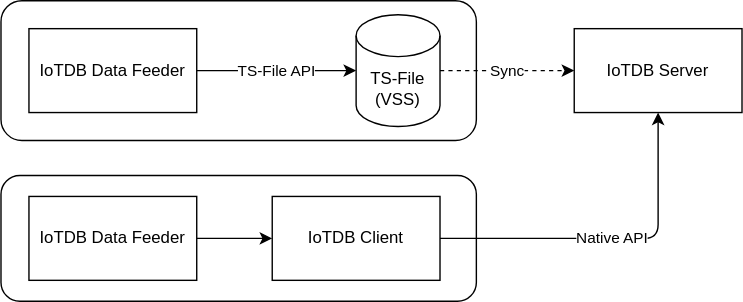
Before: in-vehicle-storage/apache-iotdb/doc/apache-iotdb-data-methods.drawio.svg, a diagram exported from draw.io (slawr/vss-otaku). Source tidied: cells renumbered, new cells last; positions are measured from the earlier drawing's top-left corner, leaving out a move shared by most shapes.
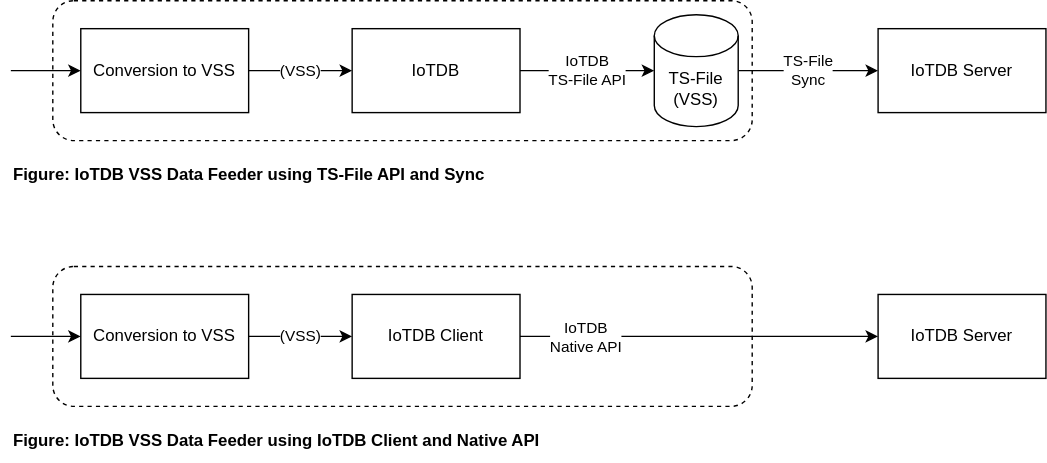
Above is the later version.

Commit message:
in-vehicle storage: General improvements to IoTDB README.md

Improved diagrams showing the difference between writing
with the Native API using one of the Langugage Clients
compared to using the TS-File API.

Change to the diagram source:
```diff
@@ -2,38 +2,71 @@
   <root>
     <mxCell id="0" />
     <mxCell id="1" parent="0" />
-    <mxCell id="2" style="rounded=1;whiteSpace=wrap;html=1;" parent="1" vertex="1">
-      <mxGeometry y="125" width="340" height="90" as="geometry" />
-    </mxCell>
-    <mxCell id="3" style="rounded=1;whiteSpace=wrap;html=1;" parent="1" vertex="1">
-      <mxGeometry width="340" height="100" as="geometry" />
-    </mxCell>
-    <mxCell id="4" value="TS-File API" style="edgeStyle=none;html=1;exitX=1;exitY=0.5;exitDx=0;exitDy=0;entryX=0;entryY=0.5;entryDx=0;entryDy=0;entryPerimeter=0;" parent="1" edge="1" source="5" target="7">
-      <mxGeometry relative="1" as="geometry" />
-    </mxCell>
-    <mxCell id="5" value="IoTDB Data Feeder" style="rounded=0;whiteSpace=wrap;html=1;" parent="1" vertex="1">
-      <mxGeometry x="20" y="20" width="120" height="60" as="geometry" />
-    </mxCell>
-    <mxCell id="6" value="Sync" style="edgeStyle=none;html=1;exitX=1;exitY=0.5;exitDx=0;exitDy=0;exitPerimeter=0;dashed=1;" parent="1" edge="1" source="7" target="8">
-      <mxGeometry relative="1" as="geometry" />
-    </mxCell>
+    <mxCell id="13" style="rounded=1;whiteSpace=wrap;html=1;dashed=1;" parent="1" vertex="1">
+      <mxGeometry x="10" y="-30" width="500" height="100" as="geometry" />
+    </mxCell>
+    <mxCell id="14" value="IoTDB&lt;br&gt;TS-File API" style="edgeStyle=none;html=1;exitX=1;exitY=0.5;exitDx=0;exitDy=0;entryX=0;entryY=0.5;entryDx=0;entryDy=0;entryPerimeter=0;" parent="1" edge="1" source="20" target="7">
+      <mxGeometry relative="1" as="geometry" />
+    </mxCell>
+    <mxCell id="15" value="(VSS)" style="edgeStyle=orthogonalEdgeStyle;html=1;" parent="1" edge="1" source="16" target="20">
+      <mxGeometry relative="1" as="geometry" />
+    </mxCell>
+    <mxCell id="16" value="Conversion to VSS" style="rounded=0;whiteSpace=wrap;html=1;" parent="1" vertex="1">
+      <mxGeometry x="30" y="-10" width="120" height="60" as="geometry" />
+    </mxCell>
+    <mxCell id="17" value="TS-File&lt;br&gt;Sync" style="edgeStyle=orthogonalEdgeStyle;html=1;exitX=1;exitY=0.5;exitDx=0;exitDy=0;exitPerimeter=0;" parent="1" edge="1" source="7" target="19">
+      <mxGeometry relative="1" as="geometry" />
+    </mxCell>
     <mxCell id="7" value="TS-File&lt;br&gt;(VSS)" style="shape=cylinder3;whiteSpace=wrap;html=1;boundedLbl=1;backgroundOutline=1;size=15;" parent="1" vertex="1">
-      <mxGeometry x="254" y="10" width="60" height="80" as="geometry" />
+      <mxGeometry x="440" y="-20" width="60" height="80" as="geometry" />
     </mxCell>
-    <mxCell id="8" value="IoTDB Server" style="rounded=0;whiteSpace=wrap;html=1;" parent="1" vertex="1">
-      <mxGeometry x="410" y="20" width="120" height="60" as="geometry" />
-    </mxCell>
-    <mxCell id="9" value="Native API" style="edgeStyle=orthogonalEdgeStyle;html=1;entryX=0.5;entryY=1;entryDx=0;entryDy=0;" parent="1" edge="1" source="10" target="8">
-      <mxGeometry relative="1" as="geometry" />
-    </mxCell>
+    <mxCell id="18" style="edgeStyle=orthogonalEdgeStyle;html=1;exitX=0;exitY=0.5;exitDx=0;exitDy=0;entryX=0;entryY=0.5;entryDx=0;entryDy=0;" parent="1" edge="1" source="30" target="30">
+      <mxGeometry relative="1" as="geometry" />
+    </mxCell>
+    <mxCell id="19" value="IoTDB Server" style="rounded=0;whiteSpace=wrap;html=1;" parent="1" vertex="1">
+      <mxGeometry x="600" y="-10" width="120" height="60" as="geometry" />
+    </mxCell>
+    <mxCell id="20" value="IoTDB" style="whiteSpace=wrap;html=1;rounded=0;" parent="1" vertex="1">
+      <mxGeometry x="224" y="-10" width="120" height="60" as="geometry" />
+    </mxCell>
+    <mxCell id="21" style="endArrow=classic;html=1;entryX=0;entryY=0.5;entryDx=0;entryDy=0;" parent="1" edge="1" target="16">
+      <mxGeometry relative="1" as="geometry">
+        <mxPoint x="-20" y="20" as="sourcePoint" />
+      </mxGeometry>
+    </mxCell>
+    <mxCell id="22" style="rounded=1;whiteSpace=wrap;html=1;dashed=1;" parent="1" vertex="1">
+      <mxGeometry x="10" y="160" width="500" height="100" as="geometry" />
+    </mxCell>
+    <mxCell id="23" style="edgeStyle=orthogonalEdgeStyle;html=1;exitX=1;exitY=0.5;exitDx=0;exitDy=0;align=center;entryX=0;entryY=0.5;entryDx=0;entryDy=0;" parent="1" edge="1" source="10" target="30">
+      <mxGeometry relative="1" as="geometry" />
+    </mxCell>
+    <mxCell id="24" value="IoTDB&lt;br&gt;Native API" style="edgeLabel;html=1;align=center;verticalAlign=middle;" parent="23" vertex="1">
+      <mxGeometry x="-0.41" y="-1" relative="1" as="geometry">
+        <mxPoint x="-29" y="-1" as="offset" />
+      </mxGeometry>
+    </mxCell>
+    <mxCell id="25" value="(VSS)" style="edgeStyle=orthogonalEdgeStyle;html=1;" parent="1" edge="1" source="26" target="10">
+      <mxGeometry relative="1" as="geometry" />
+    </mxCell>
+    <mxCell id="26" value="Conversion to VSS" style="rounded=0;whiteSpace=wrap;html=1;" parent="1" vertex="1">
+      <mxGeometry x="30" y="180" width="120" height="60" as="geometry" />
+    </mxCell>
-    <mxCell id="10" value="IoTDB Client" style="rounded=0;whiteSpace=wrap;html=1;" parent="1" vertex="1">
-      <mxGeometry x="194" y="140" width="120" height="60" as="geometry" />
+    <mxCell id="10" value="IoTDB Client" style="whiteSpace=wrap;html=1;rounded=0;" parent="1" vertex="1">
+      <mxGeometry x="224" y="180" width="120" height="60" as="geometry" />
     </mxCell>
-    <mxCell id="11" style="edgeStyle=orthogonalEdgeStyle;html=1;entryX=0;entryY=0.5;entryDx=0;entryDy=0;" parent="1" edge="1" source="12" target="10">
-      <mxGeometry relative="1" as="geometry" />
-    </mxCell>
-    <mxCell id="12" value="IoTDB Data Feeder" style="rounded=0;whiteSpace=wrap;html=1;" parent="1" vertex="1">
-      <mxGeometry x="20" y="140" width="120" height="60" as="geometry" />
-    </mxCell>
+    <mxCell id="27" style="endArrow=classic;html=1;entryX=0;entryY=0.5;entryDx=0;entryDy=0;" parent="1" edge="1" target="26">
+      <mxGeometry relative="1" as="geometry">
+        <mxPoint x="-20" y="210" as="sourcePoint" />
+      </mxGeometry>
+    </mxCell>
+    <mxCell id="28" value="Figure: IoTDB VSS Data Feeder using TS-File API and Sync" style="text;html=1;strokeColor=none;fillColor=none;align=left;verticalAlign=middle;whiteSpace=wrap;rounded=0;dashed=1;fontStyle=1;" parent="1" vertex="1">
+      <mxGeometry x="-20" y="80" width="430" height="30" as="geometry" />
+    </mxCell>
+    <mxCell id="29" value="Figure: IoTDB VSS Data Feeder using IoTDB Client and Native API" style="text;html=1;strokeColor=none;fillColor=none;align=left;verticalAlign=middle;whiteSpace=wrap;rounded=0;dashed=1;fontStyle=1;" parent="1" vertex="1">
+      <mxGeometry x="-20" y="270" width="430" height="30" as="geometry" />
+    </mxCell>
+    <mxCell id="30" value="IoTDB Server" style="rounded=0;whiteSpace=wrap;html=1;" parent="1" vertex="1">
+      <mxGeometry x="600" y="180" width="120" height="60" as="geometry" />
+    </mxCell>
   </root>
 </mxGraphModel>
```
